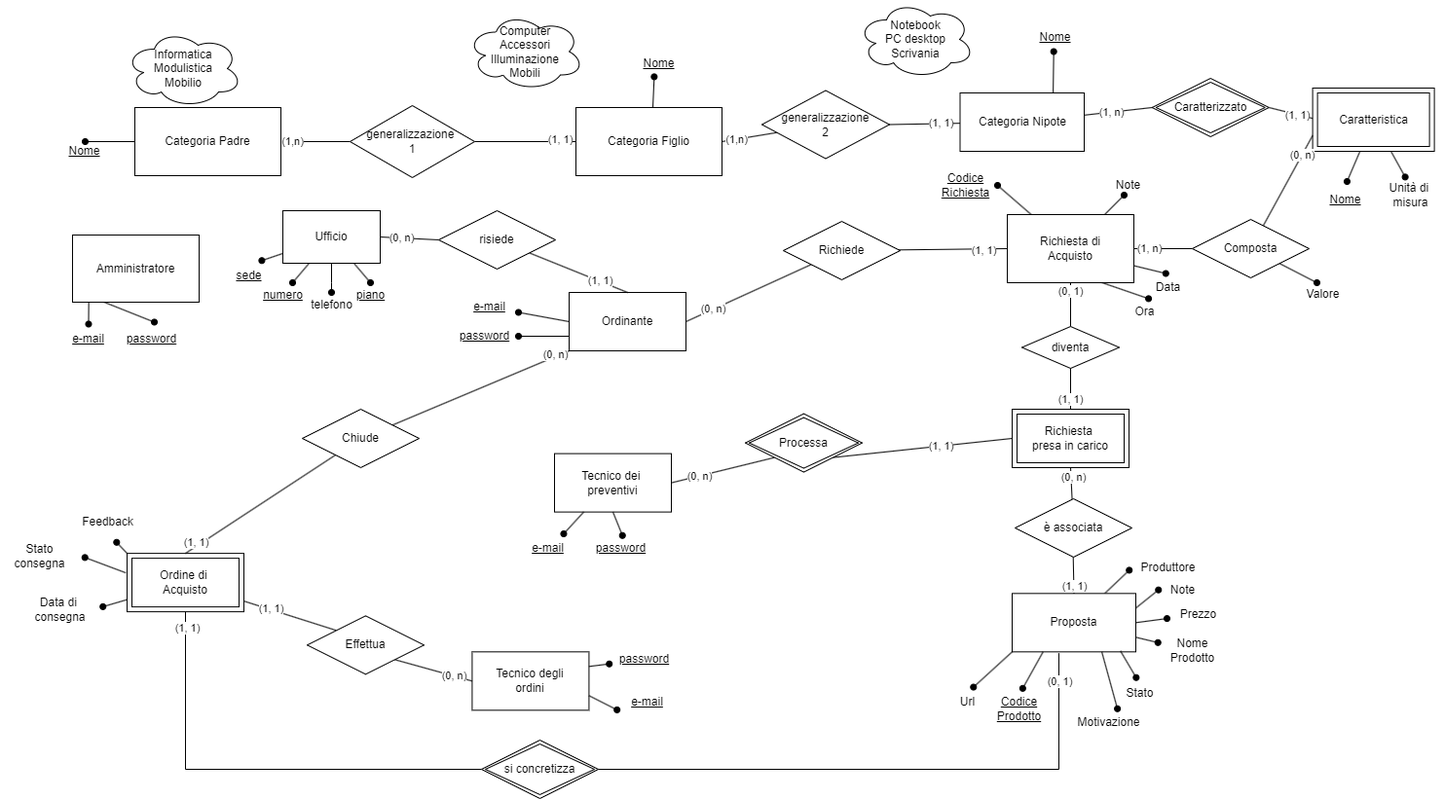
Earlier version of the draw.io export docs/ERR_WE.drawio.png (Mik1810/web_engineering). Source tidied: cells renumbered, new cells last; positions are measured from the earlier drawing's top-left corner, leaving out a move shared by most shapes.
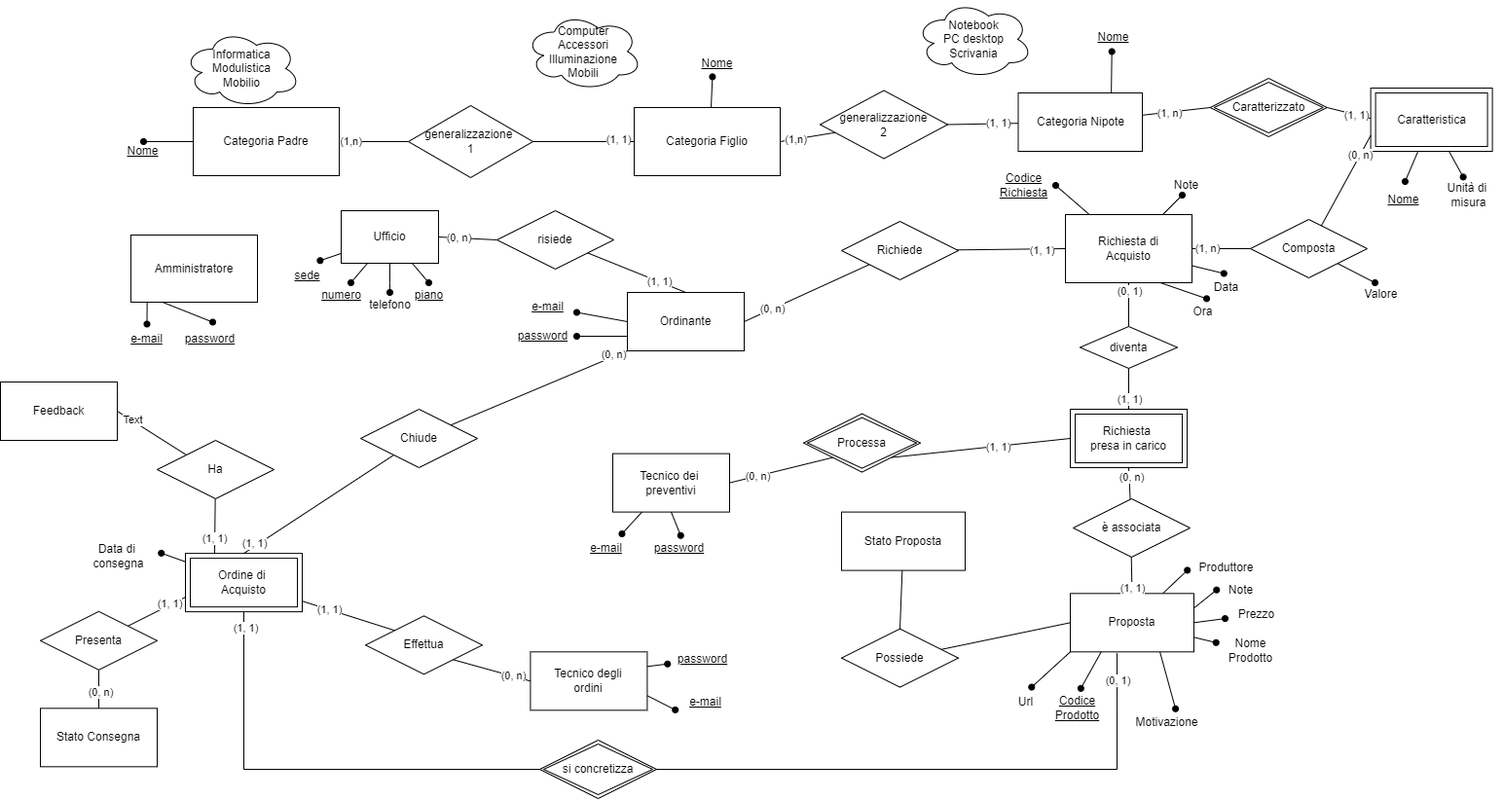
Above is the later version.

Diff of the diagram source:
```diff
@@ -217,15 +217,9 @@
     <mxCell id="68" value="(0, n)" style="edgeLabel;html=1;align=center;verticalAlign=middle;" parent="67" vertex="1">
       <mxGeometry x="0.46" relative="1" as="geometry" />
     </mxCell>
-    <mxCell id="69" style="rounded=0;jettySize=auto;html=1;endArrow=oval;endFill=1;entryX=0.427;entryY=-0.053;entryDx=0;entryDy=0;entryPerimeter=0;exitX=0.876;exitY=0.985;exitDx=0;exitDy=0;exitPerimeter=0;" parent="1" edge="1" source="32" target="71">
-      <mxGeometry relative="1" as="geometry" />
-    </mxCell>
     <mxCell id="70" style="rounded=0;jettySize=auto;html=1;endArrow=oval;endFill=1;entryX=0.604;entryY=0.015;entryDx=0;entryDy=0;entryPerimeter=0;exitX=0.725;exitY=1;exitDx=0;exitDy=0;exitPerimeter=0;" parent="1" edge="1" source="32" target="72">
       <mxGeometry relative="1" as="geometry" />
     </mxCell>
-    <mxCell id="71" value="Stato" style="text;html=1;align=center;verticalAlign=middle;points=[];strokeColor=none;fillColor=none;" parent="1" vertex="1">
-      <mxGeometry x="1145" y="697.3" width="50" height="30" as="geometry" />
-    </mxCell>
     <mxCell id="72" value="Motivazione" style="text;html=1;align=center;verticalAlign=middle;points=[];strokeColor=none;fillColor=none;" parent="1" vertex="1">
       <mxGeometry x="1092.8" y="727.3" width="90" height="30" as="geometry" />
     </mxCell>
@@ -271,12 +265,6 @@
     <mxCell id="86" value="Effettua" style="shape=rhombus;perimeter=rhombusPerimeter;whiteSpace=wrap;html=1;align=center;" parent="1" vertex="1">
       <mxGeometry x="315" y="632.3" width="120" height="60" as="geometry" />
     </mxCell>
-    <mxCell id="87" value="Stato&lt;br&gt;consegna" style="text;html=1;align=center;verticalAlign=middle;points=[];strokeColor=none;fillColor=none;" parent="1" vertex="1">
-      <mxGeometry y="550.6" width="80" height="40" as="geometry" />
-    </mxCell>
-    <mxCell id="88" style="rounded=0;jettySize=auto;html=1;endArrow=oval;endFill=1;exitX=-0.011;exitY=0.333;exitDx=0;exitDy=0;exitPerimeter=0;entryX=1.084;entryY=0.544;entryDx=0;entryDy=0;entryPerimeter=0;" parent="1" edge="1" source="83" target="87">
-      <mxGeometry relative="1" as="geometry" />
-    </mxCell>
     <mxCell id="89" style="rounded=0;jettySize=auto;html=1;entryX=0.5;entryY=0;entryDx=0;entryDy=0;endArrow=none;endFill=0;" parent="1" edge="1" source="94" target="83">
       <mxGeometry relative="1" as="geometry" />
     </mxCell>
@@ -293,15 +281,9 @@
         <mxPoint x="-10" as="offset" />
       </mxGeometry>
     </mxCell>
-    <mxCell id="93" style="rounded=0;jettySize=auto;html=1;endArrow=oval;endFill=1;entryX=0.616;entryY=1.205;entryDx=0;entryDy=0;entryPerimeter=0;exitX=0;exitY=0;exitDx=0;exitDy=0;" parent="1" edge="1" source="83" target="95">
-      <mxGeometry relative="1" as="geometry" />
-    </mxCell>
     <mxCell id="94" value="Chiude" style="shape=rhombus;perimeter=rhombusPerimeter;whiteSpace=wrap;html=1;align=center;" parent="1" vertex="1">
       <mxGeometry x="310" y="420" width="120" height="60" as="geometry" />
     </mxCell>
-    <mxCell id="95" value="Feedback" style="text;html=1;align=center;verticalAlign=middle;points=[];strokeColor=none;fillColor=none;" parent="1" vertex="1">
-      <mxGeometry x="70" y="520.6" width="80" height="30" as="geometry" />
-    </mxCell>
     <mxCell id="96" value="Valore" style="text;html=1;align=center;verticalAlign=middle;strokeColor=none;fillColor=none;" parent="1" vertex="1">
       <mxGeometry x="1328" y="287" width="60" height="30" as="geometry" />
     </mxCell>
@@ -337,7 +319,7 @@
       <mxGeometry x="880" width="120" height="80" as="geometry" />
     </mxCell>
     <mxCell id="106" value="Data di&amp;nbsp;&lt;div&gt;consegna&lt;/div&gt;" style="text;html=1;align=center;verticalAlign=middle;points=[];strokeColor=none;fillColor=none;" parent="1" vertex="1">
-      <mxGeometry x="21" y="605.6" width="80" height="40" as="geometry" />
+      <mxGeometry x="21" y="550.6" width="80" height="40" as="geometry" />
     </mxCell>
     <mxCell id="107" style="edgeStyle=orthogonalEdgeStyle;rounded=0;jettySize=auto;html=1;entryX=1;entryY=0.5;entryDx=0;entryDy=0;endArrow=none;endFill=0;" parent="1" edge="1" source="109" target="2">
       <mxGeometry relative="1" as="geometry" />
@@ -458,5 +440,53 @@
     <mxCell id="143" value="risiede" style="shape=rhombus;perimeter=rhombusPerimeter;whiteSpace=wrap;html=1;align=center;" parent="1" vertex="1">
       <mxGeometry x="450" y="216" width="120" height="60" as="geometry" />
     </mxCell>
+    <mxCell id="144" style="rounded=0;jettySize=auto;html=1;entryX=0;entryY=0;entryDx=0;entryDy=0;endArrow=none;endFill=0;exitX=1;exitY=0.5;exitDx=0;exitDy=0;" parent="1" edge="1" source="95" target="148">
+      <mxGeometry relative="1" as="geometry" />
+    </mxCell>
+    <mxCell id="145" value="Text" style="edgeLabel;html=1;align=center;verticalAlign=middle;" parent="144" vertex="1">
+      <mxGeometry x="-0.59" y="1" relative="1" as="geometry" />
+    </mxCell>
+    <mxCell id="95" value="Feedback" style="rounded=0;whiteSpace=wrap;html=1;" parent="1" vertex="1">
+      <mxGeometry x="-60" y="392" width="120" height="60" as="geometry" />
+    </mxCell>
+    <mxCell id="146" style="rounded=0;jettySize=auto;html=1;entryX=0.25;entryY=0;entryDx=0;entryDy=0;endArrow=none;endFill=0;" parent="1" edge="1" source="148" target="83">
+      <mxGeometry relative="1" as="geometry" />
+    </mxCell>
+    <mxCell id="147" value="(1, 1)" style="edgeLabel;html=1;align=center;verticalAlign=middle;" parent="146" vertex="1">
+      <mxGeometry x="0.41" y="-1" relative="1" as="geometry" />
+    </mxCell>
+    <mxCell id="148" value="Ha" style="shape=rhombus;perimeter=rhombusPerimeter;whiteSpace=wrap;html=1;align=center;" parent="1" vertex="1">
+      <mxGeometry x="101" y="452" width="120" height="60" as="geometry" />
+    </mxCell>
+    <mxCell id="149" value="Stato Consegna" style="rounded=0;whiteSpace=wrap;html=1;" parent="1" vertex="1">
+      <mxGeometry x="-19" y="727.3" width="120" height="60" as="geometry" />
+    </mxCell>
+    <mxCell id="150" style="rounded=0;jettySize=auto;html=1;entryX=0;entryY=0.75;entryDx=0;entryDy=0;endArrow=none;endFill=0;" parent="1" edge="1" source="154" target="83">
+      <mxGeometry relative="1" as="geometry" />
+    </mxCell>
+    <mxCell id="151" value="(1, 1)" style="edgeLabel;html=1;align=center;verticalAlign=middle;" parent="150" vertex="1">
+      <mxGeometry x="0.48" y="2" relative="1" as="geometry" />
+    </mxCell>
+    <mxCell id="152" style="rounded=0;jettySize=auto;html=1;entryX=0.5;entryY=0;entryDx=0;entryDy=0;endArrow=none;endFill=0;" parent="1" edge="1" source="154" target="149">
+      <mxGeometry relative="1" as="geometry" />
+    </mxCell>
+    <mxCell id="153" value="(0, n)" style="edgeLabel;html=1;align=center;verticalAlign=middle;" parent="152" vertex="1">
+      <mxGeometry x="0.14" y="1" relative="1" as="geometry" />
+    </mxCell>
+    <mxCell id="154" value="Presenta" style="shape=rhombus;perimeter=rhombusPerimeter;whiteSpace=wrap;html=1;align=center;" parent="1" vertex="1">
+      <mxGeometry x="-19" y="627.8" width="120" height="60" as="geometry" />
+    </mxCell>
+    <mxCell id="155" style="rounded=0;jettySize=auto;html=1;entryX=0.5;entryY=0;entryDx=0;entryDy=0;endArrow=none;endFill=0;" parent="1" edge="1" source="156" target="158">
+      <mxGeometry relative="1" as="geometry" />
+    </mxCell>
+    <mxCell id="156" value="Stato Proposta" style="rounded=0;whiteSpace=wrap;html=1;" parent="1" vertex="1">
+      <mxGeometry x="804" y="525.6" width="127" height="60" as="geometry" />
+    </mxCell>
+    <mxCell id="157" style="rounded=0;jettySize=auto;html=1;entryX=0;entryY=0.5;entryDx=0;entryDy=0;endArrow=none;endFill=0;" parent="1" edge="1" source="158" target="32">
+      <mxGeometry relative="1" as="geometry" />
+    </mxCell>
+    <mxCell id="158" value="Possiede" style="shape=rhombus;perimeter=rhombusPerimeter;whiteSpace=wrap;html=1;align=center;" parent="1" vertex="1">
+      <mxGeometry x="804" y="645.6" width="120" height="60" as="geometry" />
+    </mxCell>
   </root>
 </mxGraphModel>
```
